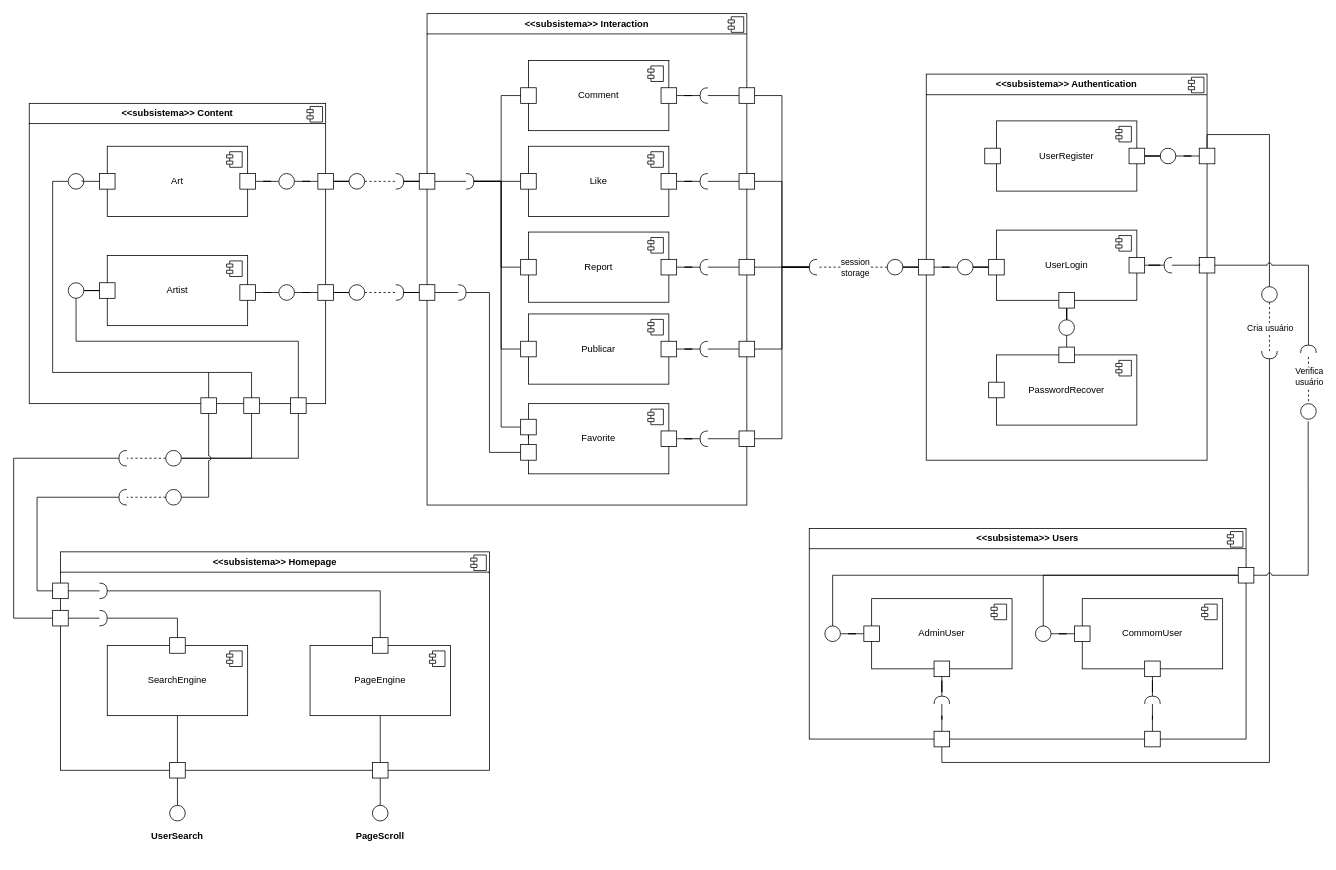
The draw.io diagram docs/Modelagem/assets/diagrams/DiagramaComponentes.drawio in UnBArqDsw2025-1-Turma01/2025.1-T01-_G2_PinacotecaOnline_Entrega_02, before the edit. Source tidied: cells renumbered, new cells numbered last; positions are measured from the earlier drawing's top-left corner, leaving out a move shared by most shapes. Both pictures are drawn from the tidied source at 78%, with x=0, y=0 at pixel (13, 13).
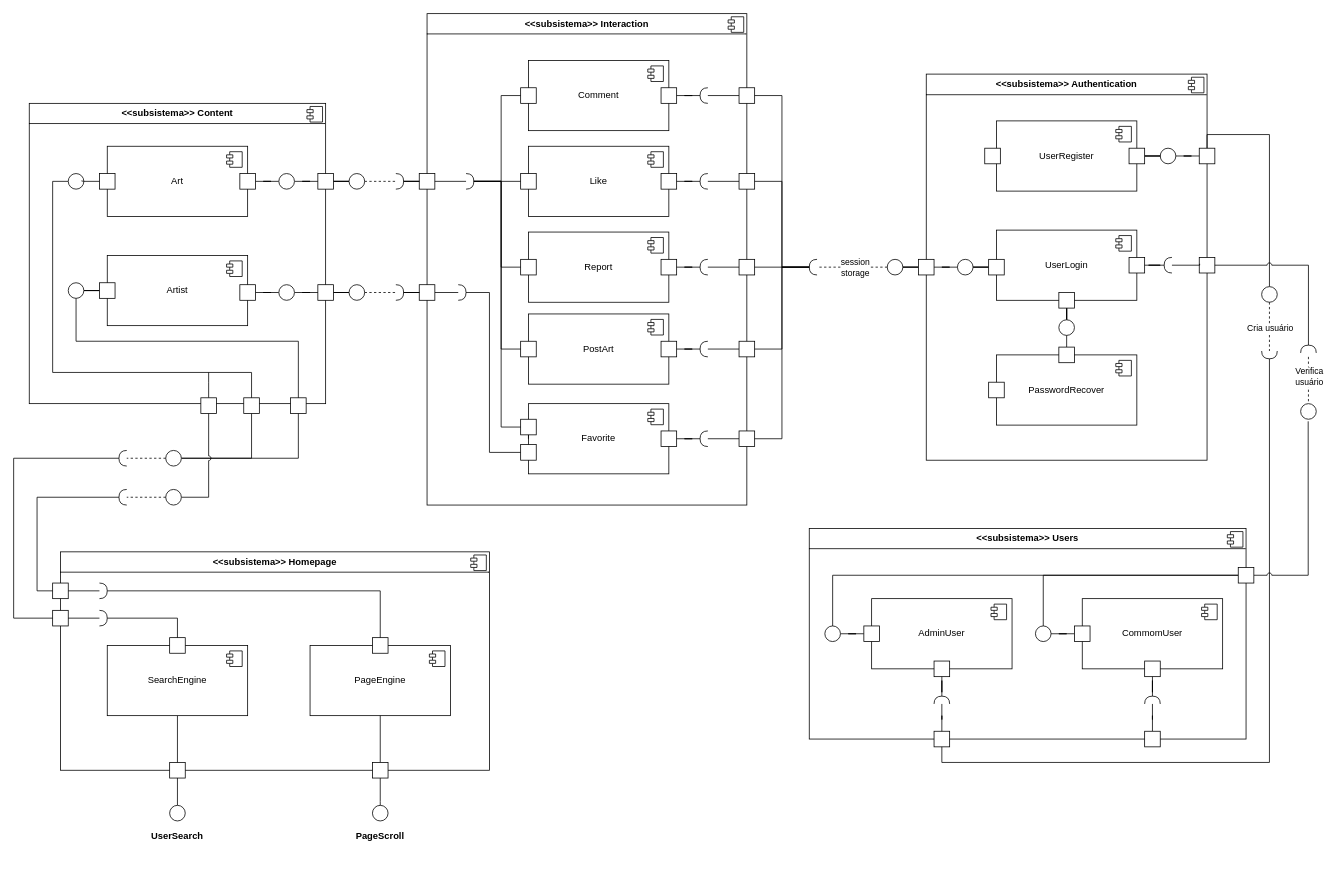
The same diagram, later.

Commit message (it also covers changes not shown here):
Adição de referências e Atualização do diagrama (Postar -> PostArt)

The edit, as a diff of the source:
```diff
@@
-    <mxCell id="42" value="Publicar" style="html=1;whiteSpace=wrap;" parent="1" vertex="1">
+    <mxCell id="42" value="PostArt" style="html=1;whiteSpace=wrap;" parent="1" vertex="1">
       <mxGeometry x="660" y="385" width="180" height="90" as="geometry" />
     </mxCell>
```
